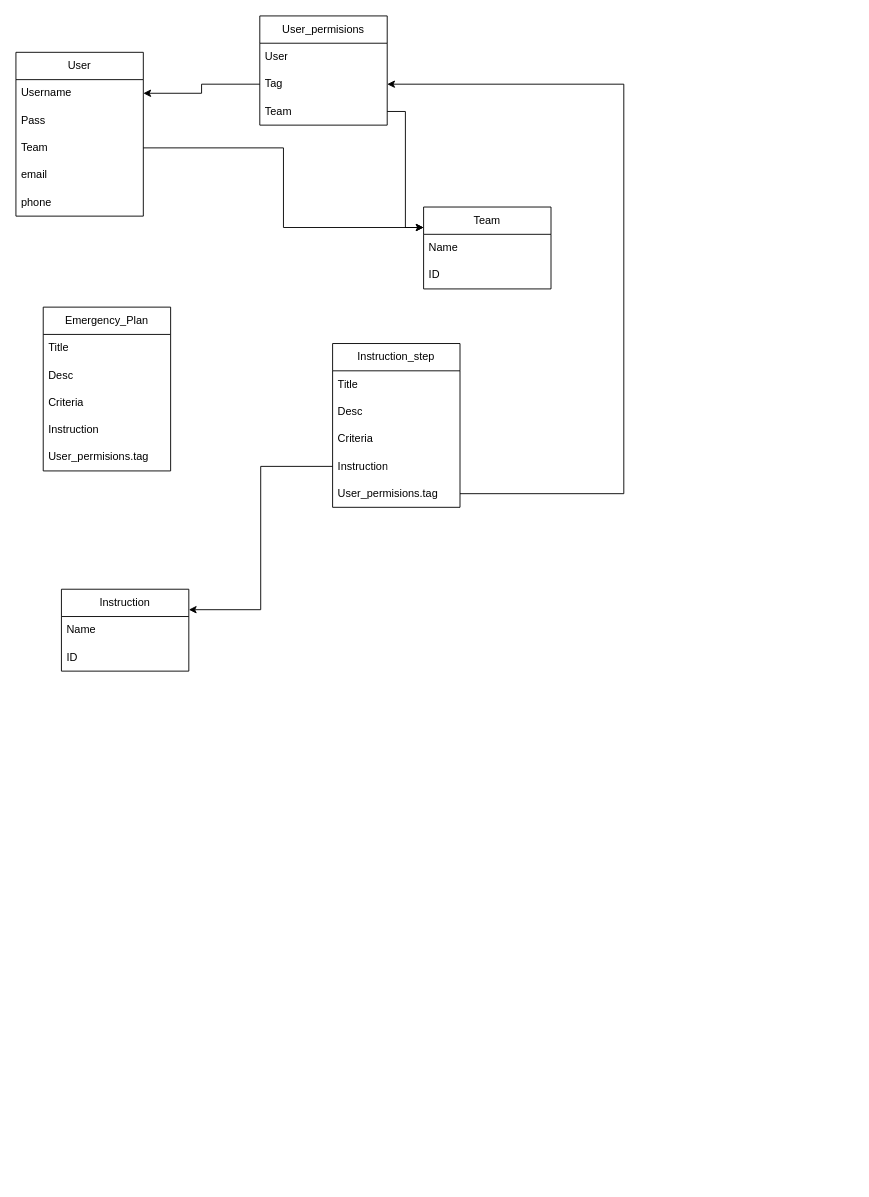
This is Diagrama sin título.drawio from Itzel-oli/NashEquilibrium, a draw.io file, before an edit. Source tidied: cells renumbered, new cells numbered last; positions are measured from the earlier drawing's top-left corner, leaving out a move shared by most shapes. Both pictures are drawn from the tidied source at 91%, with x=0, y=0 at pixel (15, 15). Pictures stored in the file or linked from it are replaced by grey dashed boxes.
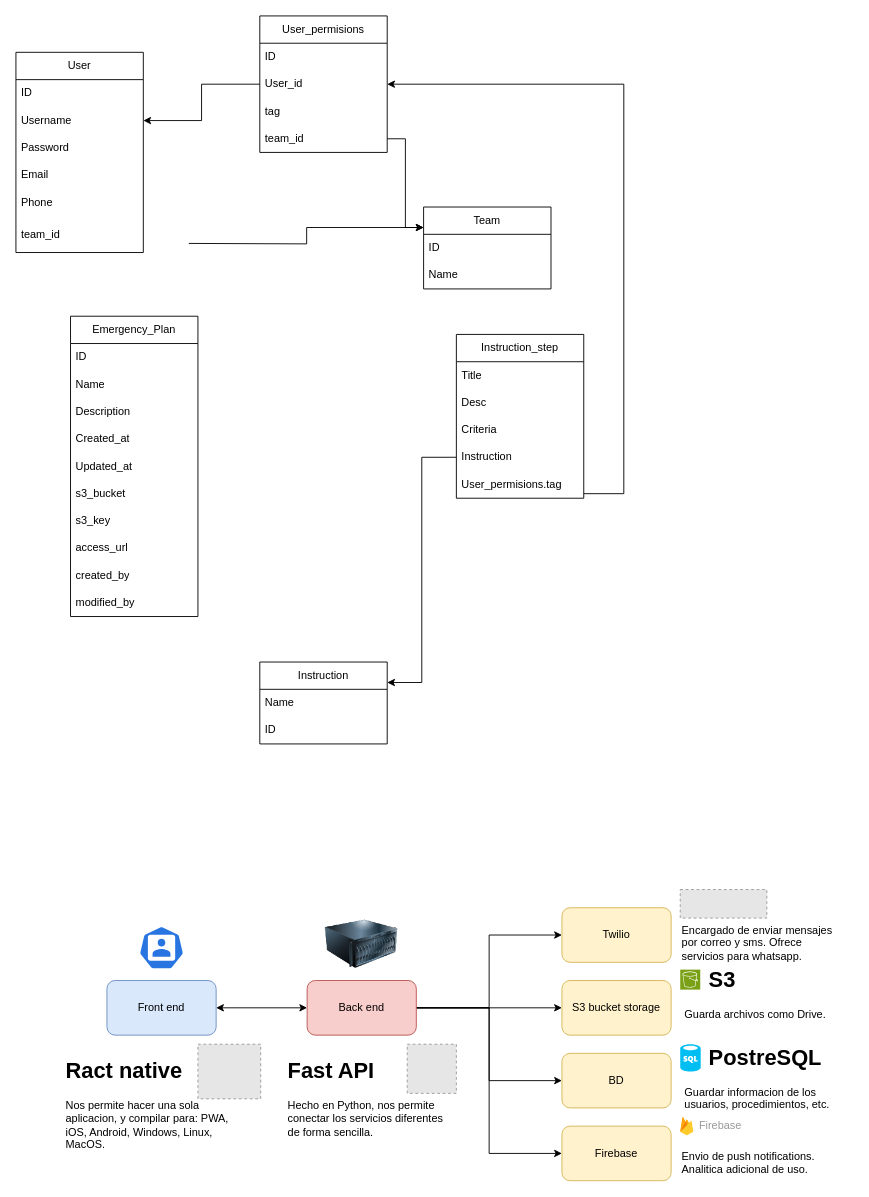
The same diagram, later.

Unchanged cells that the change refers to:
```xml
<mxCell id="8" value="Team" style="swimlane;fontStyle=0;horizontal=1;startSize=30;whiteSpace=wrap;html=1;" parent="1" vertex="1">
  <mxGeometry x="448" y="210" width="140" height="90" as="geometry" />
</mxCell>
```

The edit, as a diff of the source:
```diff
@@
     <mxCell id="2" value="User" style="swimlane;fontStyle=0;horizontal=1;startSize=30;whiteSpace=wrap;html=1;" parent="1" vertex="1">
-      <mxGeometry y="40" width="140" height="180" as="geometry" />
+      <mxGeometry y="40" width="140" height="220" as="geometry" />
     </mxCell>
-    <mxCell id="3" value="Username" style="text;strokeColor=none;fillColor=none;align=left;verticalAlign=middle;spacingLeft=4;spacingRight=4;overflow=hidden;whiteSpace=wrap;html=1;" parent="2" vertex="1">
+    <mxCell id="3" value="ID" style="text;strokeColor=none;fillColor=none;align=left;verticalAlign=middle;spacingLeft=4;spacingRight=4;overflow=hidden;whiteSpace=wrap;html=1;" parent="2" vertex="1">
       <mxGeometry y="30" width="140" height="30" as="geometry" />
     </mxCell>
-    <mxCell id="4" value="Pass" style="text;strokeColor=none;fillColor=none;align=left;verticalAlign=middle;spacingLeft=4;spacingRight=4;overflow=hidden;points=[[0,0.5],[1,0.5]];portConstraint=eastwest;whiteSpace=wrap;html=1;" parent="2" vertex="1">
+    <mxCell id="4" value="Username" style="text;strokeColor=none;fillColor=none;align=left;verticalAlign=middle;spacingLeft=4;spacingRight=4;overflow=hidden;points=[[0,0.5],[1,0.5]];portConstraint=eastwest;whiteSpace=wrap;html=1;" parent="2" vertex="1">
       <mxGeometry y="60" width="140" height="30" as="geometry" />
     </mxCell>
-    <mxCell id="5" value="Team" style="text;strokeColor=none;fillColor=none;align=left;verticalAlign=middle;spacingLeft=4;spacingRight=4;overflow=hidden;points=[[0,0.5],[1,0.5]];portConstraint=eastwest;whiteSpace=wrap;html=1;" parent="2" vertex="1">
+    <mxCell id="5" value="Password" style="text;strokeColor=none;fillColor=none;align=left;verticalAlign=middle;spacingLeft=4;spacingRight=4;overflow=hidden;points=[[0,0.5],[1,0.5]];portConstraint=eastwest;whiteSpace=wrap;html=1;" parent="2" vertex="1">
       <mxGeometry y="90" width="140" height="30" as="geometry" />
     </mxCell>
-    <mxCell id="6" value="email" style="text;strokeColor=none;fillColor=none;align=left;verticalAlign=middle;spacingLeft=4;spacingRight=4;overflow=hidden;whiteSpace=wrap;html=1;" parent="2" vertex="1">
+    <mxCell id="6" value="Email" style="text;strokeColor=none;fillColor=none;align=left;verticalAlign=middle;spacingLeft=4;spacingRight=4;overflow=hidden;whiteSpace=wrap;html=1;" parent="2" vertex="1">
       <mxGeometry y="120" width="140" height="30" as="geometry" />
     </mxCell>
+    <mxCell id="35" value="Phone" style="text;strokeColor=none;fillColor=none;align=left;verticalAlign=middle;spacingLeft=4;spacingRight=4;overflow=hidden;whiteSpace=wrap;html=1;" parent="2" vertex="1">
+      <mxGeometry y="150" width="140" height="30" as="geometry" />
+    </mxCell>
-    <mxCell id="7" value="phone" style="text;strokeColor=none;fillColor=none;align=left;verticalAlign=middle;spacingLeft=4;spacingRight=4;overflow=hidden;whiteSpace=wrap;html=1;" parent="2" vertex="1">
-      <mxGeometry y="150" width="140" height="30" as="geometry" />
+    <mxCell id="7" value="team_id" style="text;strokeColor=none;fillColor=none;align=left;verticalAlign=middle;spacingLeft=4;spacingRight=4;overflow=hidden;whiteSpace=wrap;html=1;" parent="2" vertex="1">
+      <mxGeometry y="180" width="140" height="40" as="geometry" />
     </mxCell>
@@
-    <mxCell id="9" value="Name" style="text;strokeColor=none;fillColor=none;align=left;verticalAlign=middle;spacingLeft=4;spacingRight=4;overflow=hidden;whiteSpace=wrap;html=1;" parent="8" vertex="1">
+    <mxCell id="9" value="ID" style="text;strokeColor=none;fillColor=none;align=left;verticalAlign=middle;spacingLeft=4;spacingRight=4;overflow=hidden;whiteSpace=wrap;html=1;" parent="8" vertex="1">
       <mxGeometry y="30" width="140" height="30" as="geometry" />
     </mxCell>
-    <mxCell id="10" value="ID" style="text;strokeColor=none;fillColor=none;align=left;verticalAlign=middle;spacingLeft=4;spacingRight=4;overflow=hidden;whiteSpace=wrap;html=1;" parent="8" vertex="1">
+    <mxCell id="10" value="Name" style="text;strokeColor=none;fillColor=none;align=left;verticalAlign=middle;spacingLeft=4;spacingRight=4;overflow=hidden;whiteSpace=wrap;html=1;" parent="8" vertex="1">
       <mxGeometry y="60" width="140" height="30" as="geometry" />
     </mxCell>
-    <mxCell id="11" style="edgeStyle=orthogonalEdgeStyle;rounded=0;jettySize=auto;html=1;entryX=0;entryY=0.25;entryDx=0;entryDy=0;" parent="1" edge="1" source="5" target="8">
-      <mxGeometry relative="1" as="geometry" />
+    <mxCell id="11" style="edgeStyle=orthogonalEdgeStyle;rounded=0;jettySize=auto;html=1;entryX=0;entryY=0.25;entryDx=0;entryDy=0;" parent="1" edge="1" target="8">
+      <mxGeometry relative="1" as="geometry">
+        <mxPoint x="190" y="250" as="sourcePoint" />
+      </mxGeometry>
     </mxCell>
     <mxCell id="12" value="User_permisions" style="swimlane;fontStyle=0;horizontal=1;startSize=30;whiteSpace=wrap;html=1;" parent="1" vertex="1">
-      <mxGeometry x="268" width="140" height="120" as="geometry" />
+      <mxGeometry x="268" width="140" height="150" as="geometry" />
     </mxCell>
-    <mxCell id="13" value="User" style="text;strokeColor=none;fillColor=none;align=left;verticalAlign=middle;spacingLeft=4;spacingRight=4;overflow=hidden;whiteSpace=wrap;html=1;" parent="12" vertex="1">
+    <mxCell id="13" value="ID" style="text;strokeColor=none;fillColor=none;align=left;verticalAlign=middle;spacingLeft=4;spacingRight=4;overflow=hidden;whiteSpace=wrap;html=1;" parent="12" vertex="1">
       <mxGeometry y="30" width="140" height="30" as="geometry" />
     </mxCell>
-    <mxCell id="14" value="Tag" style="text;strokeColor=none;fillColor=none;align=left;verticalAlign=middle;spacingLeft=4;spacingRight=4;overflow=hidden;points=[[0,0.5],[1,0.5]];portConstraint=eastwest;whiteSpace=wrap;html=1;" parent="12" vertex="1">
+    <mxCell id="14" value="User_id" style="text;strokeColor=none;fillColor=none;align=left;verticalAlign=middle;spacingLeft=4;spacingRight=4;overflow=hidden;points=[[0,0.5],[1,0.5]];portConstraint=eastwest;whiteSpace=wrap;html=1;" parent="12" vertex="1">
       <mxGeometry y="60" width="140" height="30" as="geometry" />
     </mxCell>
+    <mxCell id="36" value="tag" style="text;strokeColor=none;fillColor=none;align=left;verticalAlign=middle;spacingLeft=4;spacingRight=4;overflow=hidden;whiteSpace=wrap;html=1;" parent="12" vertex="1">
+      <mxGeometry y="90" width="140" height="30" as="geometry" />
+    </mxCell>
-    <mxCell id="15" value="Team" style="text;strokeColor=none;fillColor=none;align=left;verticalAlign=middle;spacingLeft=4;spacingRight=4;overflow=hidden;points=[[0,0.5],[1,0.5]];portConstraint=eastwest;whiteSpace=wrap;html=1;" parent="12" vertex="1">
-      <mxGeometry y="90" width="140" height="30" as="geometry" />
+    <mxCell id="15" value="team_id" style="text;strokeColor=none;fillColor=none;align=left;verticalAlign=middle;spacingLeft=4;spacingRight=4;overflow=hidden;points=[[0,0.5],[1,0.5]];portConstraint=eastwest;whiteSpace=wrap;html=1;" parent="12" vertex="1">
+      <mxGeometry y="120" width="140" height="30" as="geometry" />
     </mxCell>
-    <mxCell id="16" style="edgeStyle=orthogonalEdgeStyle;rounded=0;jettySize=auto;html=1;entryX=1;entryY=0.25;entryDx=0;entryDy=0;" parent="1" edge="1" source="14" target="2">
+    <mxCell id="16" style="edgeStyle=orthogonalEdgeStyle;rounded=0;jettySize=auto;html=1;entryX=1;entryY=0.5;entryDx=0;entryDy=0;" parent="1" edge="1" source="14" target="4">
       <mxGeometry relative="1" as="geometry" />
     </mxCell>
@@
     <mxCell id="18" value="Instruction" style="swimlane;fontStyle=0;horizontal=1;startSize=30;whiteSpace=wrap;html=1;" parent="1" vertex="1">
-      <mxGeometry x="50" y="630" width="140" height="90" as="geometry" />
+      <mxGeometry x="268" y="710" width="140" height="90" as="geometry" />
     </mxCell>
@@
     <mxCell id="21" value="Instruction_step" style="swimlane;fontStyle=0;horizontal=1;startSize=30;whiteSpace=wrap;html=1;" parent="1" vertex="1">
-      <mxGeometry x="348" y="360" width="140" height="180" as="geometry" />
+      <mxGeometry x="484" y="350" width="140" height="180" as="geometry" />
     </mxCell>
@@
     <mxCell id="29" value="Emergency_Plan" style="swimlane;fontStyle=0;horizontal=1;startSize=30;whiteSpace=wrap;html=1;" parent="1" vertex="1">
-      <mxGeometry x="30" y="320" width="140" height="180" as="geometry" />
+      <mxGeometry x="60" y="330" width="140" height="330" as="geometry" />
     </mxCell>
-    <mxCell id="30" value="Title" style="text;strokeColor=none;fillColor=none;align=left;verticalAlign=middle;spacingLeft=4;spacingRight=4;overflow=hidden;whiteSpace=wrap;html=1;" parent="29" vertex="1">
-      <mxGeometry y="30" width="140" height="30" as="geometry" />
-    </mxCell>
-    <mxCell id="31" value="Desc" style="text;strokeColor=none;fillColor=none;align=left;verticalAlign=middle;spacingLeft=4;spacingRight=4;overflow=hidden;whiteSpace=wrap;html=1;" parent="29" vertex="1">
-      <mxGeometry y="60" width="140" height="30" as="geometry" />
+    <mxCell id="31" value="ID" style="text;strokeColor=none;fillColor=none;align=left;verticalAlign=middle;spacingLeft=4;spacingRight=4;overflow=hidden;whiteSpace=wrap;html=1;" parent="29" vertex="1">
+      <mxGeometry y="30" width="140" height="30" as="geometry" />
     </mxCell>
-    <mxCell id="32" value="Criteria" style="text;strokeColor=none;fillColor=none;align=left;verticalAlign=middle;spacingLeft=4;spacingRight=4;overflow=hidden;whiteSpace=wrap;html=1;" parent="29" vertex="1">
-      <mxGeometry y="90" width="140" height="30" as="geometry" />
+    <mxCell id="32" value="Name" style="text;strokeColor=none;fillColor=none;align=left;verticalAlign=middle;spacingLeft=4;spacingRight=4;overflow=hidden;whiteSpace=wrap;html=1;" parent="29" vertex="1">
+      <mxGeometry y="60" width="140" height="30" as="geometry" />
     </mxCell>
+    <mxCell id="30" value="Description" style="text;strokeColor=none;fillColor=none;align=left;verticalAlign=middle;spacingLeft=4;spacingRight=4;overflow=hidden;whiteSpace=wrap;html=1;" parent="29" vertex="1">
+      <mxGeometry y="90" width="140" height="30" as="geometry" />
+    </mxCell>
-    <mxCell id="33" value="Instruction" style="text;strokeColor=none;fillColor=none;align=left;verticalAlign=middle;spacingLeft=4;spacingRight=4;overflow=hidden;whiteSpace=wrap;html=1;" parent="29" vertex="1">
+    <mxCell id="33" value="Created_at" style="text;strokeColor=none;fillColor=none;align=left;verticalAlign=middle;spacingLeft=4;spacingRight=4;overflow=hidden;whiteSpace=wrap;html=1;" parent="29" vertex="1">
       <mxGeometry y="120" width="140" height="30" as="geometry" />
     </mxCell>
-    <mxCell id="34" value="User_permisions.tag" style="text;strokeColor=none;fillColor=none;align=left;verticalAlign=middle;spacingLeft=4;spacingRight=4;overflow=hidden;whiteSpace=wrap;html=1;" parent="29" vertex="1">
+    <mxCell id="34" value="Updated_at" style="text;strokeColor=none;fillColor=none;align=left;verticalAlign=middle;spacingLeft=4;spacingRight=4;overflow=hidden;whiteSpace=wrap;html=1;" parent="29" vertex="1">
       <mxGeometry y="150" width="140" height="30" as="geometry" />
     </mxCell>
+    <mxCell id="37" value="s3_bucket" style="text;strokeColor=none;fillColor=none;align=left;verticalAlign=middle;spacingLeft=4;spacingRight=4;overflow=hidden;whiteSpace=wrap;html=1;" parent="29" vertex="1">
+      <mxGeometry y="180" width="140" height="30" as="geometry" />
+    </mxCell>
+    <mxCell id="38" value="s3_key" style="text;strokeColor=none;fillColor=none;align=left;verticalAlign=middle;spacingLeft=4;spacingRight=4;overflow=hidden;whiteSpace=wrap;html=1;" parent="29" vertex="1">
+      <mxGeometry y="210" width="140" height="30" as="geometry" />
+    </mxCell>
+    <mxCell id="39" value="access_url" style="text;strokeColor=none;fillColor=none;align=left;verticalAlign=middle;spacingLeft=4;spacingRight=4;overflow=hidden;whiteSpace=wrap;html=1;" parent="29" vertex="1">
+      <mxGeometry y="240" width="140" height="30" as="geometry" />
+    </mxCell>
+    <mxCell id="40" value="created_by" style="text;strokeColor=none;fillColor=none;align=left;verticalAlign=middle;spacingLeft=4;spacingRight=4;overflow=hidden;whiteSpace=wrap;html=1;" parent="29" vertex="1">
+      <mxGeometry y="270" width="140" height="30" as="geometry" />
+    </mxCell>
+    <mxCell id="41" value="modified_by" style="text;strokeColor=none;fillColor=none;align=left;verticalAlign=middle;spacingLeft=4;spacingRight=4;overflow=hidden;whiteSpace=wrap;html=1;" parent="29" vertex="1">
+      <mxGeometry y="300" width="140" height="30" as="geometry" />
+    </mxCell>
+    <mxCell id="42" style="edgeStyle=orthogonalEdgeStyle;rounded=0;jettySize=auto;html=1;startArrow=classic;startFill=1;" parent="1" edge="1" source="43" target="48">
+      <mxGeometry relative="1" as="geometry" />
+    </mxCell>
+    <mxCell id="43" value="Front end" style="rounded=1;whiteSpace=wrap;html=1;fillColor=#dae8fc;strokeColor=#6c8ebf;" parent="1" vertex="1">
+      <mxGeometry x="100" y="1060" width="120" height="60" as="geometry" />
+    </mxCell>
+    <mxCell id="44" style="edgeStyle=orthogonalEdgeStyle;rounded=0;jettySize=auto;html=1;" parent="1" edge="1" source="48" target="49">
+      <mxGeometry relative="1" as="geometry">
+        <Array as="points">
+          <mxPoint x="520" y="1090" />
+          <mxPoint x="520" y="1010" />
+        </Array>
+      </mxGeometry>
+    </mxCell>
+    <mxCell id="45" style="edgeStyle=orthogonalEdgeStyle;rounded=0;jettySize=auto;html=1;" parent="1" edge="1" source="48" target="51">
+      <mxGeometry relative="1" as="geometry">
+        <Array as="points">
+          <mxPoint x="520" y="1090" />
+          <mxPoint x="520" y="1170" />
+        </Array>
+      </mxGeometry>
+    </mxCell>
+    <mxCell id="46" style="edgeStyle=orthogonalEdgeStyle;rounded=0;jettySize=auto;html=1;" parent="1" edge="1" source="48" target="50">
+      <mxGeometry relative="1" as="geometry" />
+    </mxCell>
+    <mxCell id="47" style="edgeStyle=orthogonalEdgeStyle;rounded=0;jettySize=auto;html=1;entryX=0;entryY=0.5;entryDx=0;entryDy=0;" parent="1" edge="1" source="48" target="52">
+      <mxGeometry relative="1" as="geometry" />
+    </mxCell>
+    <mxCell id="48" value="Back end" style="rounded=1;whiteSpace=wrap;html=1;fillColor=#f8cecc;strokeColor=#b85450;" parent="1" vertex="1">
+      <mxGeometry x="320" y="1060" width="120" height="60" as="geometry" />
+    </mxCell>
+    <mxCell id="49" value="Twilio" style="rounded=1;whiteSpace=wrap;html=1;fillColor=#fff2cc;strokeColor=#d6b656;" parent="1" vertex="1">
+      <mxGeometry x="600" y="980" width="120" height="60" as="geometry" />
+    </mxCell>
+    <mxCell id="50" value="S3 bucket storage" style="rounded=1;whiteSpace=wrap;html=1;fillColor=#fff2cc;strokeColor=#d6b656;" parent="1" vertex="1">
+      <mxGeometry x="600" y="1060" width="120" height="60" as="geometry" />
+    </mxCell>
+    <mxCell id="51" value="BD" style="rounded=1;whiteSpace=wrap;html=1;fillColor=#fff2cc;strokeColor=#d6b656;" parent="1" vertex="1">
+      <mxGeometry x="600" y="1140" width="120" height="60" as="geometry" />
+    </mxCell>
+    <mxCell id="52" value="Firebase" style="rounded=1;whiteSpace=wrap;html=1;fillColor=#fff2cc;strokeColor=#d6b656;" parent="1" vertex="1">
+      <mxGeometry x="600" y="1220" width="120" height="60" as="geometry" />
+    </mxCell>
+    <mxCell id="53" style="fillColor=#E6E6E6;strokeColor=#999999;dashed=1;verticalLabelPosition=bottom;labelBackgroundColor=default;verticalAlign=top;" parent="1" vertex="1">
+      <mxGeometry x="200" y="1130" width="69" height="60" as="geometry" />
+    </mxCell>
+    <mxCell id="54" value="&lt;h1&gt;Ract native&lt;/h1&gt;&lt;div&gt;Nos permite hacer una sola aplicacion, y compilar para: PWA, iOS, Android, Windows, Linux, MacOS.&lt;/div&gt;" style="text;html=1;strokeColor=none;fillColor=none;spacing=5;spacingTop=-20;whiteSpace=wrap;overflow=hidden;rounded=0;" parent="1" vertex="1">
+      <mxGeometry x="50" y="1140" width="190" height="120" as="geometry" />
+    </mxCell>
+    <mxCell id="55" style="fillColor=#E6E6E6;strokeColor=#999999;dashed=1;verticalLabelPosition=bottom;labelBackgroundColor=default;verticalAlign=top;" parent="1" vertex="1">
+      <mxGeometry x="430" y="1130" width="54" height="54" as="geometry" />
+    </mxCell>
+    <mxCell id="56" value="&lt;h1&gt;Fast API&lt;/h1&gt;&lt;div&gt;Hecho en Python, nos permite conectar los servicios diferentes de forma sencilla.&lt;/div&gt;" style="text;html=1;strokeColor=none;fillColor=none;spacing=5;spacingTop=-20;whiteSpace=wrap;overflow=hidden;rounded=0;" parent="1" vertex="1">
+      <mxGeometry x="294" y="1140" width="190" height="120" as="geometry" />
+    </mxCell>
+    <mxCell id="57" style="sketch=0;html=1;dashed=0;whitespace=wrap;fillColor=#2875E2;strokeColor=#ffffff;verticalLabelPosition=bottom;align=center;verticalAlign=top;shape=mxgraph.kubernetes.icon;prIcon=user;" parent="1" vertex="1">
+      <mxGeometry x="135" y="1000" width="50" height="48" as="geometry" />
+    </mxCell>
+    <mxCell id="58" style="image;html=1;image=img/lib/clip_art/computers/Server_128x128.png;" parent="1" vertex="1">
+      <mxGeometry x="340" y="980" width="80" height="80" as="geometry" />
+    </mxCell>
+    <mxCell id="59" style="fillColor=#E6E6E6;strokeColor=#999999;dashed=1;verticalLabelPosition=bottom;labelBackgroundColor=default;verticalAlign=top;" parent="1" vertex="1">
+      <mxGeometry x="730" y="960" width="95.2" height="31.4" as="geometry" />
+    </mxCell>
+    <mxCell id="60" style="sketch=0;fontColor=#232F3E;fillColor=#7AA116;strokeColor=#ffffff;dashed=0;verticalLabelPosition=bottom;verticalAlign=top;align=center;html=1;fontSize=12;fontStyle=0;shape=mxgraph.aws4.resourceIcon;resIcon=mxgraph.aws4.s3;" parent="1" vertex="1">
+      <mxGeometry x="730" y="1048" width="22" height="22" as="geometry" />
+    </mxCell>
+    <mxCell id="61" style="verticalLabelPosition=bottom;html=1;verticalAlign=top;align=center;strokeColor=none;fillColor=#00BEF2;shape=mxgraph.azure.sql_database;" parent="1" vertex="1">
+      <mxGeometry x="730" y="1130" width="22.5" height="30" as="geometry" />
+    </mxCell>
+    <mxCell id="62" value="Firebase" style="sketch=0;dashed=0;html=1;fillColor=#5184F3;strokeColor=none;shape=mxgraph.gcp2.firebase;labelPosition=right;verticalLabelPosition=middle;align=left;verticalAlign=middle;spacingLeft=5;fontColor=#999999;fontSize=12;" parent="1" vertex="1">
+      <mxGeometry x="730" y="1210" width="14.4" height="20" as="geometry" />
+    </mxCell>
+    <mxCell id="63" value="Encargado de enviar mensajes por correo y sms. Ofrece servicios para whatsapp." style="text;html=1;strokeColor=none;fillColor=none;align=left;verticalAlign=top;whiteSpace=wrap;rounded=0;" parent="1" vertex="1">
+      <mxGeometry x="730" y="991.4" width="170" height="60" as="geometry" />
+    </mxCell>
+    <mxCell id="64" value="&lt;h1&gt;&amp;nbsp; &amp;nbsp; S3&lt;/h1&gt;&lt;div&gt;Guarda archivos como Drive.&lt;/div&gt;" style="text;html=1;strokeColor=none;fillColor=none;spacing=5;spacingTop=-20;whiteSpace=wrap;overflow=hidden;rounded=0;" parent="1" vertex="1">
+      <mxGeometry x="730" y="1040" width="190" height="70" as="geometry" />
+    </mxCell>
+    <mxCell id="65" value="&lt;h1&gt;&amp;nbsp; &amp;nbsp; PostreSQL&lt;/h1&gt;&lt;div&gt;Guardar informacion de los usuarios, procedimientos, etc.&lt;/div&gt;" style="text;html=1;strokeColor=none;fillColor=none;spacing=5;spacingTop=-20;whiteSpace=wrap;overflow=hidden;rounded=0;" parent="1" vertex="1">
+      <mxGeometry x="730" y="1125" width="190" height="85" as="geometry" />
+    </mxCell>
+    <mxCell id="66" value="Envio de push notifications. Analitica adicional de uso." style="text;html=1;strokeColor=none;fillColor=none;align=left;verticalAlign=top;whiteSpace=wrap;rounded=0;" parent="1" vertex="1">
+      <mxGeometry x="730" y="1240" width="170" height="40" as="geometry" />
+    </mxCell>
```
